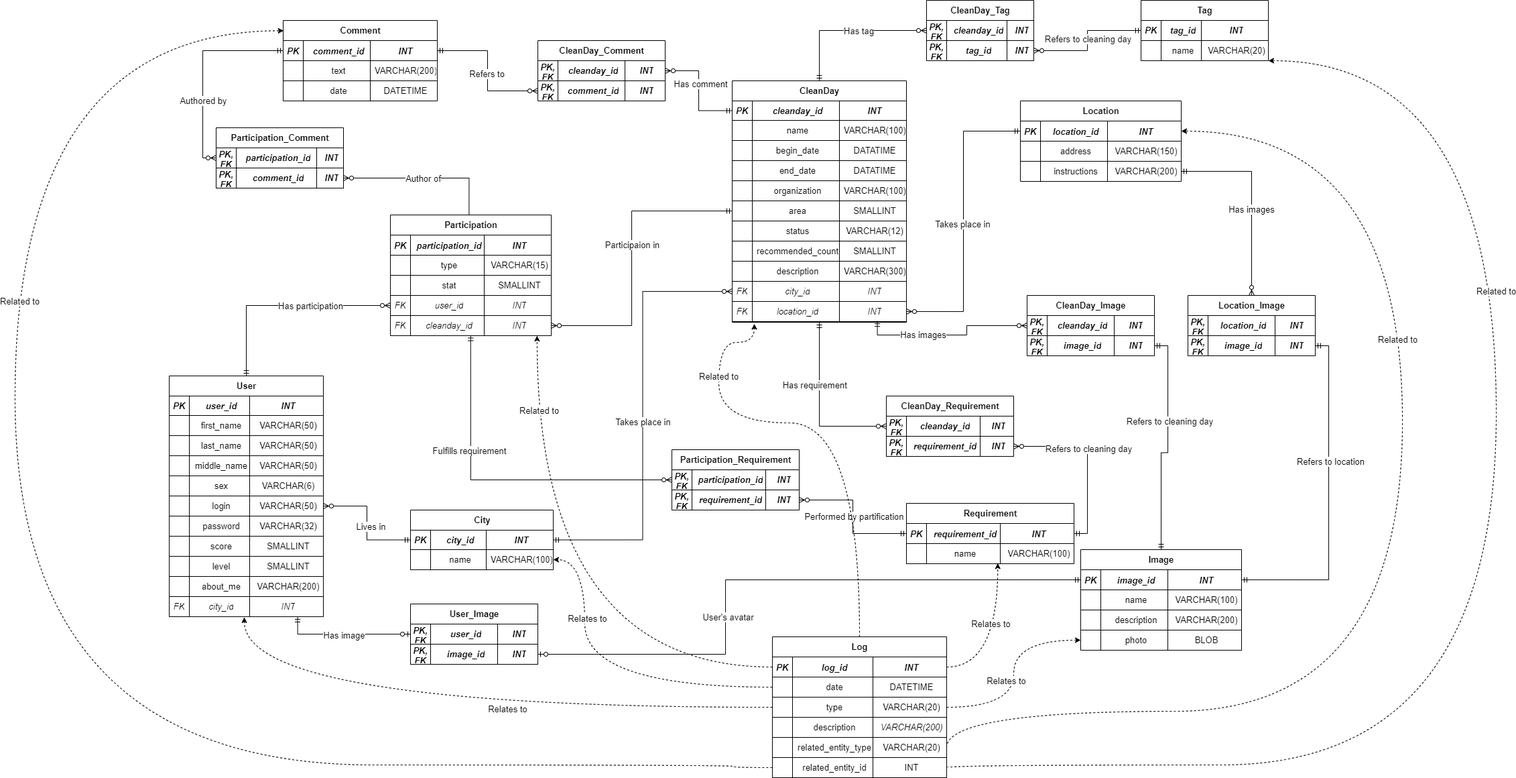
Earlier version of the draw.io export db_model/sql_db_diagram.png (moevm/nosql1h25-cleanday). Source tidied: cells renumbered, new cells last; positions are measured from the earlier drawing's top-left corner, leaving out a move shared by most shapes.
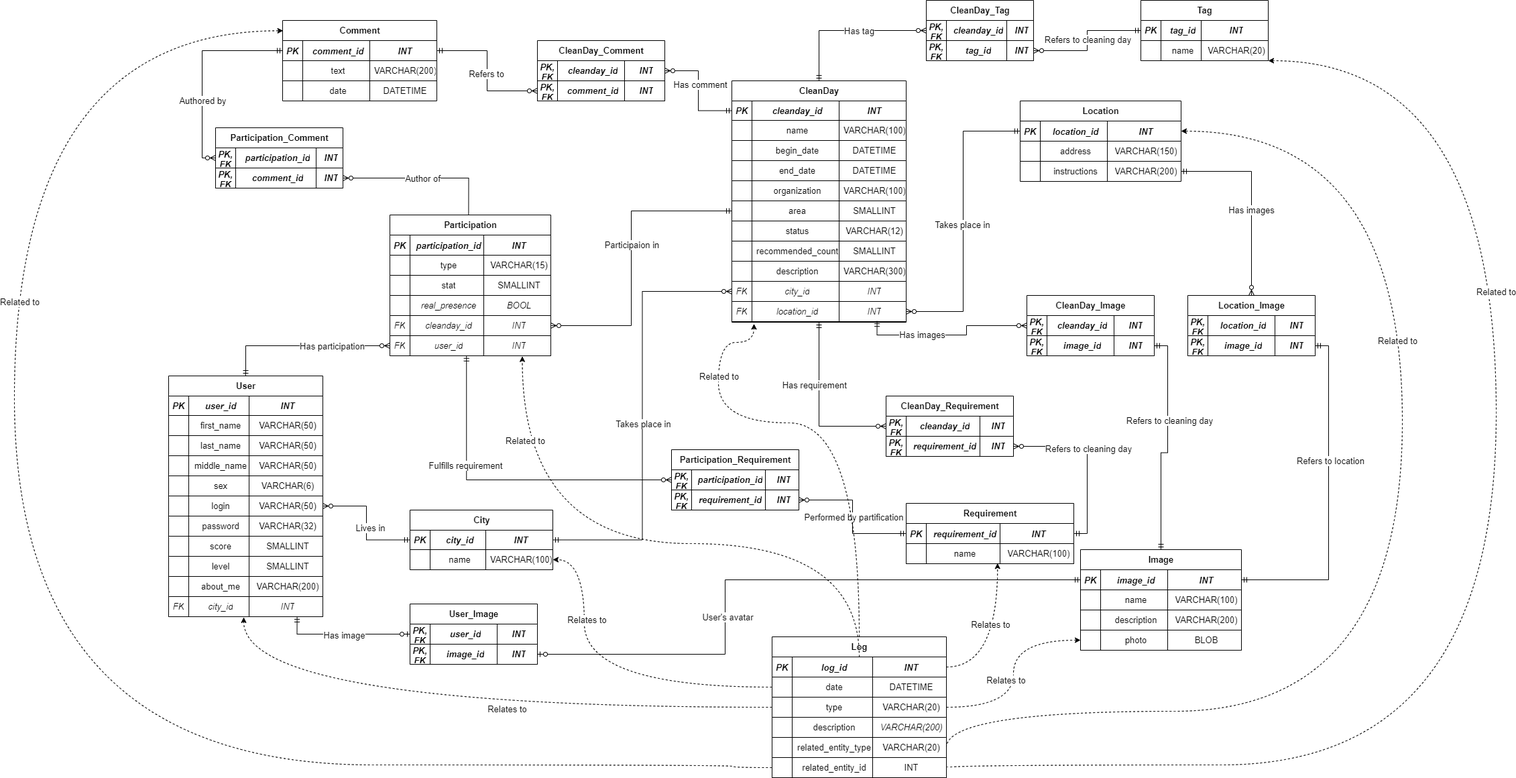
Later version of the same file.

Commit message:
feat(sql): added new field to Participation model

The edit, as a diff of the source:
```diff
@@ -2,7 +2,7 @@
   <root>
     <mxCell id="0" />
     <mxCell id="1" parent="0" />
-    <mxCell id="2" style="edgeStyle=orthogonalEdgeStyle;rounded=0;jettySize=auto;html=1;fontFamily=Helvetica;fontSize=13;fontColor=default;endArrow=ERzeroToMany;endFill=0;startArrow=ERmandOne;startFill=0;entryX=0;entryY=0.5;entryDx=0;entryDy=0;exitX=0.5;exitY=0;exitDx=0;exitDy=0;" parent="1" edge="1" source="8" target="68">
+    <mxCell id="2" style="edgeStyle=orthogonalEdgeStyle;rounded=0;jettySize=auto;html=1;fontFamily=Helvetica;fontSize=13;fontColor=default;endArrow=ERzeroToMany;endFill=0;startArrow=ERmandOne;startFill=0;entryX=0;entryY=0.5;entryDx=0;entryDy=0;exitX=0.5;exitY=0;exitDx=0;exitDy=0;" parent="1" edge="1" source="8" target="341">
       <mxGeometry relative="1" as="geometry" />
     </mxCell>
     <mxCell id="3" value="Has participation" style="edgeLabel;html=1;align=center;verticalAlign=middle;strokeColor=default;fontFamily=Helvetica;fontSize=13;fontColor=default;fillColor=none;" parent="2" vertex="1">
@@ -161,14 +161,14 @@
     <mxCell id="52" value="INT" style="shape=partialRectangle;fillColor=none;top=1;left=0;bottom=1;right=0;align=center;spacingLeft=6;fontStyle=2;overflow=hidden;whiteSpace=wrap;html=1;strokeWidth=1;fontSize=13;" parent="49" vertex="1">
       <mxGeometry x="120" width="110" height="30" as="geometry" />
     </mxCell>
-    <mxCell id="53" style="edgeStyle=orthogonalEdgeStyle;rounded=0;jettySize=auto;html=1;fontFamily=Helvetica;fontSize=13;fontColor=default;endArrow=ERzeroToMany;endFill=0;startArrow=ERmandOne;startFill=0;entryX=0;entryY=0.5;entryDx=0;entryDy=0;exitX=0.499;exitY=0.984;exitDx=0;exitDy=0;exitPerimeter=0;" parent="1" edge="1" source="72" target="77">
+    <mxCell id="53" style="edgeStyle=orthogonalEdgeStyle;rounded=0;jettySize=auto;html=1;fontFamily=Helvetica;fontSize=13;fontColor=default;endArrow=ERzeroToMany;endFill=0;startArrow=ERmandOne;startFill=0;entryX=0;entryY=0.5;entryDx=0;entryDy=0;exitX=0.476;exitY=0.993;exitDx=0;exitDy=0;exitPerimeter=0;" parent="1" edge="1" source="341" target="77">
       <mxGeometry relative="1" as="geometry" />
     </mxCell>
     <mxCell id="54" value="Fulfills requirement" style="edgeLabel;html=1;align=center;verticalAlign=middle;strokeColor=default;fontFamily=Helvetica;fontSize=13;fontColor=default;fillColor=none;" parent="53" vertex="1">
       <mxGeometry x="-0.33" y="-2" relative="1" as="geometry" />
     </mxCell>
     <mxCell id="55" value="&lt;b style=&quot;font-size: 13px;&quot;&gt;&lt;font style=&quot;font-size: 13px;&quot;&gt;Participation&lt;/font&gt;&lt;/b&gt;" style="shape=table;startSize=30;rowLines=0;fontStyle=0;align=center;html=1;fontSize=13;" parent="1" vertex="1">
-      <mxGeometry x="560" y="320" width="240" height="180" as="geometry" />
+      <mxGeometry x="560" y="320" width="240" height="210" as="geometry" />
     </mxCell>
     <mxCell id="56" style="shape=tableRow;horizontal=0;startSize=0;swimlaneHead=0;swimlaneBody=0;fillColor=none;top=0;left=0;right=0;bottom=0;fontSize=13;" parent="55" vertex="1">
       <mxGeometry y="30" width="240" height="30" as="geometry" />
@@ -209,13 +209,13 @@
     <mxCell id="68" style="shape=tableRow;horizontal=0;startSize=0;swimlaneHead=0;swimlaneBody=0;fillColor=none;points=[[0,0.5],[1,0.5]];portConstraint=eastwest;top=0;left=0;right=0;bottom=1;fontSize=13;" parent="55" vertex="1">
       <mxGeometry y="120" width="240" height="30" as="geometry" />
     </mxCell>
-    <mxCell id="69" value="FK" style="shape=partialRectangle;fillColor=none;top=1;left=0;bottom=1;right=0;fontStyle=2;overflow=hidden;whiteSpace=wrap;html=1;strokeWidth=1;fontSize=13;" parent="68" vertex="1">
+    <mxCell id="69" style="shape=partialRectangle;fillColor=none;top=1;left=0;bottom=1;right=0;fontStyle=2;overflow=hidden;whiteSpace=wrap;html=1;strokeWidth=1;fontSize=13;" parent="68" vertex="1">
       <mxGeometry width="30" height="30" as="geometry" />
     </mxCell>
-    <mxCell id="70" value="user_id" style="shape=partialRectangle;fillColor=none;top=1;left=0;bottom=1;right=0;align=center;spacingLeft=6;fontStyle=2;overflow=hidden;whiteSpace=wrap;html=1;strokeWidth=1;fontSize=13;" parent="68" vertex="1">
+    <mxCell id="70" value="real_presence" style="shape=partialRectangle;fillColor=none;top=1;left=0;bottom=1;right=0;align=center;spacingLeft=6;fontStyle=2;overflow=hidden;whiteSpace=wrap;html=1;strokeWidth=1;fontSize=13;" parent="68" vertex="1">
       <mxGeometry x="30" width="110" height="30" as="geometry" />
     </mxCell>
-    <mxCell id="71" value="INT" style="shape=partialRectangle;fillColor=none;top=1;left=0;bottom=1;right=0;align=center;spacingLeft=6;fontStyle=2;overflow=hidden;whiteSpace=wrap;html=1;strokeWidth=1;fontSize=13;" parent="68" vertex="1">
+    <mxCell id="71" value="BOOL" style="shape=partialRectangle;fillColor=none;top=1;left=0;bottom=1;right=0;align=center;spacingLeft=6;fontStyle=2;overflow=hidden;whiteSpace=wrap;html=1;strokeWidth=1;fontSize=13;" parent="68" vertex="1">
       <mxGeometry x="140" width="100" height="30" as="geometry" />
     </mxCell>
     <mxCell id="72" style="shape=tableRow;horizontal=0;startSize=0;swimlaneHead=0;swimlaneBody=0;fillColor=none;points=[[0,0.5],[1,0.5]];portConstraint=eastwest;top=0;left=0;right=0;bottom=1;fontSize=13;" parent="55" vertex="1">
@@ -230,6 +230,18 @@
     <mxCell id="75" value="INT" style="shape=partialRectangle;fillColor=none;top=1;left=0;bottom=1;right=0;align=center;spacingLeft=6;fontStyle=2;overflow=hidden;whiteSpace=wrap;html=1;strokeWidth=1;fontSize=13;" parent="72" vertex="1">
       <mxGeometry x="140" width="100" height="30" as="geometry" />
     </mxCell>
+    <mxCell id="341" style="shape=tableRow;horizontal=0;startSize=0;swimlaneHead=0;swimlaneBody=0;fillColor=none;points=[[0,0.5],[1,0.5]];portConstraint=eastwest;top=0;left=0;right=0;bottom=1;fontSize=13;" parent="55" vertex="1">
+      <mxGeometry y="180" width="240" height="30" as="geometry" />
+    </mxCell>
+    <mxCell id="342" value="FK" style="shape=partialRectangle;fillColor=none;top=1;left=0;bottom=1;right=0;fontStyle=2;overflow=hidden;whiteSpace=wrap;html=1;strokeWidth=1;fontSize=13;" parent="341" vertex="1">
+      <mxGeometry width="30" height="30" as="geometry" />
+    </mxCell>
+    <mxCell id="343" value="user_id" style="shape=partialRectangle;fillColor=none;top=1;left=0;bottom=1;right=0;align=center;spacingLeft=6;fontStyle=2;overflow=hidden;whiteSpace=wrap;html=1;strokeWidth=1;fontSize=13;" parent="341" vertex="1">
+      <mxGeometry x="30" width="110" height="30" as="geometry" />
+    </mxCell>
+    <mxCell id="344" value="INT" style="shape=partialRectangle;fillColor=none;top=1;left=0;bottom=1;right=0;align=center;spacingLeft=6;fontStyle=2;overflow=hidden;whiteSpace=wrap;html=1;strokeWidth=1;fontSize=13;" parent="341" vertex="1">
+      <mxGeometry x="140" width="100" height="30" as="geometry" />
+    </mxCell>
     <mxCell id="76" value="&lt;span style=&quot;font-size: 13px;&quot;&gt;&lt;font style=&quot;font-size: 13px;&quot;&gt;Participation_Requirement&lt;/font&gt;&lt;/span&gt;" style="shape=table;startSize=30;rowLines=0;fontStyle=1;align=center;html=1;fontSize=13;" parent="1" vertex="1">
       <mxGeometry x="980" y="670" width="190" height="90" as="geometry" />
     </mxCell>
@@ -332,7 +344,7 @@
     <mxCell id="109" value="begin_date" style="shape=partialRectangle;fillColor=none;top=0;left=0;bottom=0;right=0;align=center;spacingLeft=6;overflow=hidden;whiteSpace=wrap;html=1;fontStyle=0;fontSize=13;" parent="107" vertex="1">
       <mxGeometry x="30" width="130" height="30" as="geometry" />
     </mxCell>
-    <mxCell id="110" value="&lt;div style=&quot;font-size: 13px;&quot;&gt;DATATIME&lt;br style=&quot;font-size: 13px;&quot;&gt;&lt;/div&gt;" style="shape=partialRectangle;fillColor=none;top=0;left=0;bottom=0;right=0;align=center;spacingLeft=6;overflow=hidden;whiteSpace=wrap;html=1;fontStyle=0;fontSize=13;" parent="107" vertex="1">
+    <mxCell id="110" value="&lt;div style=&quot;font-size: 13px;&quot;&gt;DATETIME&lt;br style=&quot;font-size: 13px;&quot;&gt;&lt;/div&gt;" style="shape=partialRectangle;fillColor=none;top=0;left=0;bottom=0;right=0;align=center;spacingLeft=6;overflow=hidden;whiteSpace=wrap;html=1;fontStyle=0;fontSize=13;" parent="107" vertex="1">
       <mxGeometry x="160" width="100" height="30" as="geometry" />
     </mxCell>
     <mxCell id="111" style="shape=tableRow;horizontal=0;startSize=0;swimlaneHead=0;swimlaneBody=0;fillColor=none;top=0;left=0;right=0;bottom=1;fontSize=13;" parent="98" vertex="1">
@@ -344,7 +356,7 @@
     <mxCell id="113" value="end_date" style="shape=partialRectangle;fillColor=none;top=1;left=0;bottom=1;right=0;align=center;spacingLeft=6;fontStyle=0;overflow=hidden;whiteSpace=wrap;html=1;strokeWidth=1;fontSize=13;" parent="111" vertex="1">
       <mxGeometry x="30" width="130" height="30" as="geometry" />
     </mxCell>
-    <mxCell id="114" value="DATATIME" style="shape=partialRectangle;fillColor=none;top=1;left=0;bottom=1;right=0;align=center;spacingLeft=6;fontStyle=0;overflow=hidden;whiteSpace=wrap;html=1;strokeWidth=1;fontSize=13;" parent="111" vertex="1">
+    <mxCell id="114" value="DATETIME" style="shape=partialRectangle;fillColor=none;top=1;left=0;bottom=1;right=0;align=center;spacingLeft=6;fontStyle=0;overflow=hidden;whiteSpace=wrap;html=1;strokeWidth=1;fontSize=13;" parent="111" vertex="1">
       <mxGeometry x="160" width="100" height="30" as="geometry" />
     </mxCell>
     <mxCell id="115" style="shape=tableRow;horizontal=0;startSize=0;swimlaneHead=0;swimlaneBody=0;fillColor=none;top=0;left=0;right=0;bottom=1;fontSize=13;" parent="98" vertex="1">
@@ -912,8 +924,13 @@
         <mxPoint y="-1" as="offset" />
       </mxGeometry>
     </mxCell>
-    <mxCell id="292" style="edgeStyle=orthogonalEdgeStyle;rounded=0;jettySize=auto;html=1;entryX=0.912;entryY=1.001;entryDx=0;entryDy=0;curved=1;dashed=1;entryPerimeter=0;fontSize=13;" parent="1" edge="1" source="261" target="72">
-      <mxGeometry relative="1" as="geometry" />
+    <mxCell id="292" style="edgeStyle=orthogonalEdgeStyle;rounded=0;jettySize=auto;html=1;entryX=0.823;entryY=1.024;entryDx=0;entryDy=0;curved=1;dashed=1;entryPerimeter=0;fontSize=13;" parent="1" edge="1" source="261" target="341">
+      <mxGeometry relative="1" as="geometry">
+        <Array as="points">
+          <mxPoint x="1260" y="810" />
+          <mxPoint x="757" y="810" />
+        </Array>
+      </mxGeometry>
     </mxCell>
     <mxCell id="293" value="Related to" style="edgeLabel;html=1;align=center;verticalAlign=middle;fontSize=13;" parent="292" vertex="1">
       <mxGeometry x="0.73" y="-3" relative="1" as="geometry">
```
